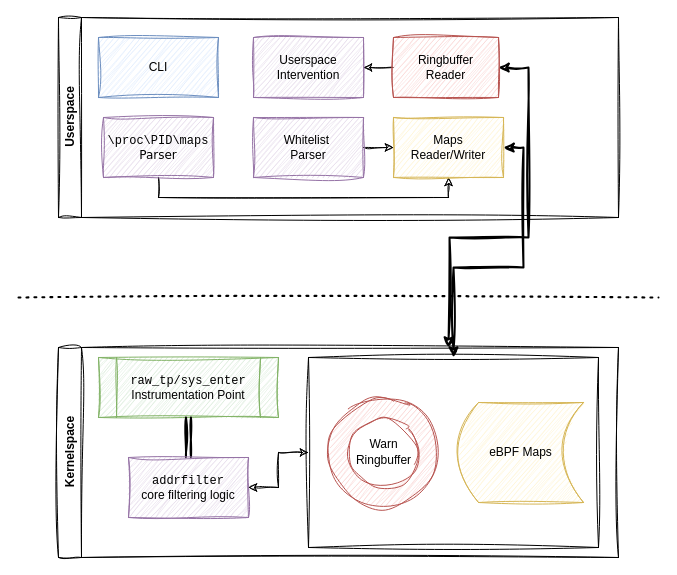
Earlier version of the draw.io diagram diagrams/high-level-overview.drawio (tcassar-diss/report). Source tidied: cells renumbered, new cells numbered last; positions are measured from the earlier drawing's top-left corner, leaving out a move shared by most shapes. Both pictures are drawn from the tidied source at 100%, with x=0, y=0 at pixel (18, 17).
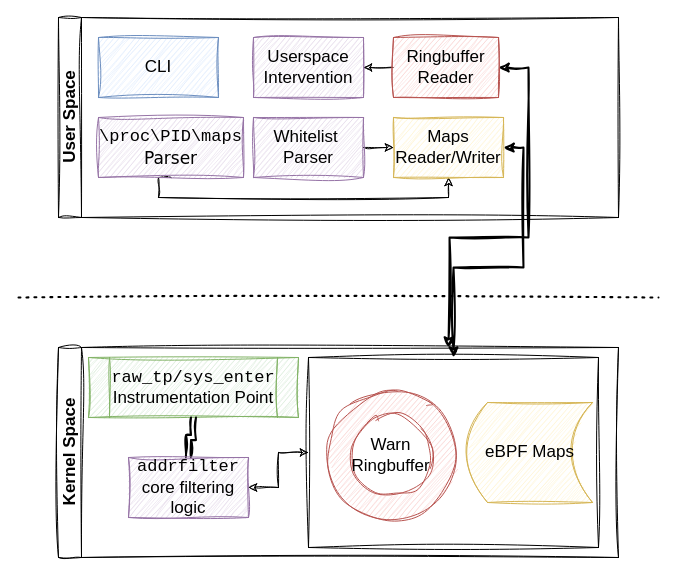
Above is the later version.

The edit, as a diff of the source:
```diff
@@
-    <mxCell id="2" value="Kernelspace" style="swimlane;horizontal=0;whiteSpace=wrap;html=1;labelBackgroundColor=none;sketch=1;curveFitting=1;jiggle=2;" parent="1" vertex="1">
+    <mxCell id="2" value="Kernel Space" style="swimlane;horizontal=0;whiteSpace=wrap;html=1;labelBackgroundColor=none;sketch=1;curveFitting=1;jiggle=2;fontSize=17;" parent="1" vertex="1">
       <mxGeometry x="40" y="330" width="560" height="210" as="geometry" />
     </mxCell>
-    <mxCell id="3" value="&lt;font face=&quot;Courier New&quot;&gt;raw_tp/sys_enter&lt;/font&gt;&lt;div&gt;Instrumentation Point&lt;/div&gt;" style="shape=process;whiteSpace=wrap;html=1;backgroundOutline=1;labelBackgroundColor=none;sketch=1;curveFitting=1;jiggle=2;fillColor=#d5e8d4;strokeColor=#82b366;" parent="2" vertex="1">
-      <mxGeometry x="40" y="10" width="180" height="60" as="geometry" />
+    <mxCell id="3" value="&lt;font face=&quot;Courier New&quot;&gt;raw_tp/sys_enter&lt;/font&gt;&lt;div&gt;Instrumentation Point&lt;/div&gt;" style="shape=process;whiteSpace=wrap;html=1;backgroundOutline=1;labelBackgroundColor=none;sketch=1;curveFitting=1;jiggle=2;fillColor=#d5e8d4;strokeColor=#82b366;fontSize=17;" parent="2" vertex="1">
+      <mxGeometry x="30" y="10" width="210" height="60" as="geometry" />
     </mxCell>
-    <mxCell id="4" style="edgeStyle=orthogonalEdgeStyle;rounded=0;jettySize=auto;html=1;exitX=0.5;exitY=0;exitDx=0;exitDy=0;entryX=0.5;entryY=1;entryDx=0;entryDy=0;shape=link;strokeWidth=2;labelBackgroundColor=none;fontColor=default;sketch=1;curveFitting=1;jiggle=2;" parent="2" edge="1" source="6" target="3">
+    <mxCell id="4" style="edgeStyle=orthogonalEdgeStyle;rounded=0;jettySize=auto;html=1;exitX=0.5;exitY=0;exitDx=0;exitDy=0;entryX=0.5;entryY=1;entryDx=0;entryDy=0;shape=link;strokeWidth=2;labelBackgroundColor=none;fontColor=default;sketch=1;curveFitting=1;jiggle=2;fontSize=17;" parent="2" edge="1" source="6" target="3">
       <mxGeometry relative="1" as="geometry" />
     </mxCell>
-    <mxCell id="5" style="edgeStyle=orthogonalEdgeStyle;rounded=0;hachureGap=4;jettySize=auto;html=1;exitX=1;exitY=0.5;exitDx=0;exitDy=0;entryX=0;entryY=0.5;entryDx=0;entryDy=0;fontFamily=Architects Daughter;startArrow=classic;startFill=1;strokeWidth=1;sketch=1;curveFitting=1;jiggle=2;" parent="2" edge="1" source="6" target="7">
+    <mxCell id="5" style="edgeStyle=orthogonalEdgeStyle;rounded=0;hachureGap=4;jettySize=auto;html=1;exitX=1;exitY=0.5;exitDx=0;exitDy=0;entryX=0;entryY=0.5;entryDx=0;entryDy=0;fontFamily=Architects Daughter;startArrow=classic;startFill=1;strokeWidth=1;sketch=1;curveFitting=1;jiggle=2;fontSize=17;" parent="2" edge="1" source="6" target="7">
       <mxGeometry relative="1" as="geometry" />
     </mxCell>
-    <mxCell id="6" value="&lt;font face=&quot;Courier New&quot;&gt;addrfilter&lt;/font&gt;&lt;div&gt;core filtering logic&lt;/div&gt;" style="rounded=0;whiteSpace=wrap;html=1;labelBackgroundColor=none;sketch=1;curveFitting=1;jiggle=2;fillColor=#e1d5e7;strokeColor=#9673a6;" parent="2" vertex="1">
+    <mxCell id="6" value="&lt;font face=&quot;Courier New&quot;&gt;addrfilter&lt;/font&gt;&lt;div&gt;core filtering logic&lt;/div&gt;" style="rounded=0;whiteSpace=wrap;html=1;labelBackgroundColor=none;sketch=1;curveFitting=1;jiggle=2;fillColor=#e1d5e7;strokeColor=#9673a6;fontSize=17;" parent="2" vertex="1">
       <mxGeometry x="70" y="110" width="120" height="60" as="geometry" />
     </mxCell>
-    <mxCell id="7" style="swimlane;startSize=0;labelBackgroundColor=none;sketch=1;curveFitting=1;jiggle=2;" parent="2" vertex="1">
+    <mxCell id="7" style="swimlane;startSize=0;labelBackgroundColor=none;sketch=1;curveFitting=1;jiggle=2;fontSize=17;" parent="2" vertex="1">
       <mxGeometry x="250" y="10" width="290" height="190" as="geometry" />
     </mxCell>
-    <mxCell id="8" value="eBPF Maps" style="shape=dataStorage;whiteSpace=wrap;html=1;fixedSize=1;labelBackgroundColor=none;sketch=1;curveFitting=1;jiggle=2;fillColor=#fff2cc;strokeColor=#d6b656;" parent="7" vertex="1">
-      <mxGeometry x="150" y="45" width="125" height="100" as="geometry" />
+    <mxCell id="8" value="eBPF Maps" style="shape=dataStorage;whiteSpace=wrap;html=1;fixedSize=1;labelBackgroundColor=none;sketch=1;curveFitting=1;jiggle=2;fillColor=#fff2cc;strokeColor=#d6b656;fontSize=17;" parent="7" vertex="1">
+      <mxGeometry x="159" y="45" width="125" height="100" as="geometry" />
     </mxCell>
-    <mxCell id="9" style="group;sketch=1;curveFitting=1;jiggle=2;" parent="7" vertex="1">
-      <mxGeometry x="20" y="40" width="130" height="110" as="geometry" />
+    <mxCell id="9" style="group;sketch=1;curveFitting=1;jiggle=2;fontSize=17;" parent="7" vertex="1">
+      <mxGeometry x="18" y="33" width="153.6" height="130" as="geometry" />
     </mxCell>
-    <mxCell id="10" style="ellipse;whiteSpace=wrap;html=1;hachureGap=4;fontFamily=Architects Daughter;sketch=1;curveFitting=1;jiggle=2;fillColor=#f8cecc;strokeColor=#b85450;" parent="9" vertex="1">
-      <mxGeometry width="110" height="110" as="geometry" />
+    <mxCell id="10" style="ellipse;whiteSpace=wrap;html=1;hachureGap=4;fontFamily=Architects Daughter;sketch=1;curveFitting=1;jiggle=2;fillColor=#f8cecc;strokeColor=#b85450;fontSize=17;" parent="9" vertex="1">
+      <mxGeometry width="130" height="130" as="geometry" />
     </mxCell>
-    <mxCell id="11" value="&lt;font face=&quot;Helvetica&quot;&gt;Warn Ringbuffer&lt;/font&gt;" style="ellipse;whiteSpace=wrap;html=1;hachureGap=4;fontFamily=Architects Daughter;sketch=1;curveFitting=1;jiggle=2;strokeColor=light-dark(#b95450, #ededed);" parent="9" vertex="1">
-      <mxGeometry x="20.6" y="20.6" width="68.8" height="68.8" as="geometry" />
+    <mxCell id="11" value="&lt;font face=&quot;Helvetica&quot;&gt;Warn Ringbuffer&lt;/font&gt;" style="ellipse;whiteSpace=wrap;html=1;hachureGap=4;fontFamily=Architects Daughter;sketch=1;curveFitting=1;jiggle=2;strokeColor=light-dark(#b95450, #ededed);fontSize=17;" parent="9" vertex="1">
+      <mxGeometry x="24.4" y="24.4" width="81.2" height="81.2" as="geometry" />
     </mxCell>
-    <mxCell id="12" value="Userspace" style="swimlane;horizontal=0;whiteSpace=wrap;html=1;labelBackgroundColor=none;sketch=1;curveFitting=1;jiggle=2;" parent="1" vertex="1">
+    <mxCell id="12" value="User Space" style="swimlane;horizontal=0;whiteSpace=wrap;html=1;labelBackgroundColor=none;sketch=1;curveFitting=1;jiggle=2;fontSize=17;" parent="1" vertex="1">
       <mxGeometry x="40" width="560" height="200" as="geometry" />
     </mxCell>
-    <mxCell id="13" value="CLI" style="rounded=0;whiteSpace=wrap;html=1;labelBackgroundColor=none;sketch=1;curveFitting=1;jiggle=2;fillColor=#dae8fc;strokeColor=#6c8ebf;" parent="12" vertex="1">
+    <mxCell id="13" value="CLI" style="rounded=0;whiteSpace=wrap;html=1;labelBackgroundColor=none;sketch=1;curveFitting=1;jiggle=2;fillColor=#dae8fc;strokeColor=#6c8ebf;fontSize=17;" parent="12" vertex="1">
       <mxGeometry x="40" y="20" width="120" height="60" as="geometry" />
     </mxCell>
-    <mxCell id="14" style="edgeStyle=orthogonalEdgeStyle;rounded=0;hachureGap=4;jettySize=auto;html=1;exitX=0.5;exitY=1;exitDx=0;exitDy=0;fontFamily=Architects Daughter;entryX=0.5;entryY=1;entryDx=0;entryDy=0;sketch=1;curveFitting=1;jiggle=2;" parent="12" edge="1" source="15" target="19">
+    <mxCell id="14" style="edgeStyle=orthogonalEdgeStyle;rounded=0;hachureGap=4;jettySize=auto;html=1;exitX=0.5;exitY=1;exitDx=0;exitDy=0;fontFamily=Architects Daughter;entryX=0.5;entryY=1;entryDx=0;entryDy=0;sketch=1;curveFitting=1;jiggle=2;fontSize=17;" parent="12" edge="1" source="15" target="19">
       <mxGeometry relative="1" as="geometry">
         <Array as="points">
           <mxPoint x="100" y="180" />
           <mxPoint x="390" y="180" />
         </Array>
       </mxGeometry>
     </mxCell>
-    <mxCell id="15" value="&lt;font face=&quot;Courier New&quot;&gt;\proc\PID\maps&lt;/font&gt;&lt;div&gt;&lt;font face=&quot;Verdana&quot;&gt;Parser&lt;/font&gt;&lt;/div&gt;" style="rounded=0;whiteSpace=wrap;html=1;labelBackgroundColor=none;sketch=1;curveFitting=1;jiggle=2;fillColor=#e1d5e7;strokeColor=#9673a6;" parent="12" vertex="1">
-      <mxGeometry x="45" y="100" width="110" height="60" as="geometry" />
+    <mxCell id="15" value="&lt;font face=&quot;Courier New&quot;&gt;\proc\PID\maps&lt;/font&gt;&lt;div&gt;&lt;font face=&quot;Verdana&quot;&gt;Parser&lt;/font&gt;&lt;/div&gt;" style="rounded=0;whiteSpace=wrap;html=1;labelBackgroundColor=none;sketch=1;curveFitting=1;jiggle=2;fillColor=#e1d5e7;strokeColor=#9673a6;fontSize=17;" parent="12" vertex="1">
+      <mxGeometry x="40" y="100" width="145" height="60" as="geometry" />
     </mxCell>
-    <mxCell id="16" style="edgeStyle=orthogonalEdgeStyle;rounded=0;sketch=1;hachureGap=4;jiggle=2;curveFitting=1;jettySize=auto;html=1;exitX=1;exitY=0.5;exitDx=0;exitDy=0;fontFamily=Architects Daughter;strokeWidth=2;startArrow=classic;startFill=1;" parent="12" edge="1" source="18">
+    <mxCell id="16" style="edgeStyle=orthogonalEdgeStyle;rounded=0;sketch=1;hachureGap=4;jiggle=2;curveFitting=1;jettySize=auto;html=1;exitX=1;exitY=0.5;exitDx=0;exitDy=0;fontFamily=Architects Daughter;strokeWidth=2;startArrow=classic;startFill=1;fontSize=17;" parent="12" edge="1" source="18">
       <mxGeometry relative="1" as="geometry">
         <mxPoint x="390" y="330" as="targetPoint" />
         <Array as="points">
           <mxPoint x="470" y="50" />
           <mxPoint x="470" y="220" />
           <mxPoint x="391" y="220" />
         </Array>
       </mxGeometry>
     </mxCell>
-    <mxCell id="17" style="edgeStyle=orthogonalEdgeStyle;rounded=0;sketch=1;hachureGap=4;jiggle=2;curveFitting=1;jettySize=auto;html=1;exitX=0;exitY=0.5;exitDx=0;exitDy=0;entryX=1;entryY=0.5;entryDx=0;entryDy=0;fontFamily=Architects Daughter;" parent="12" edge="1" source="18" target="20">
+    <mxCell id="17" style="edgeStyle=orthogonalEdgeStyle;rounded=0;sketch=1;hachureGap=4;jiggle=2;curveFitting=1;jettySize=auto;html=1;exitX=0;exitY=0.5;exitDx=0;exitDy=0;entryX=1;entryY=0.5;entryDx=0;entryDy=0;fontFamily=Architects Daughter;fontSize=17;" parent="12" edge="1" source="18" target="20">
       <mxGeometry relative="1" as="geometry" />
     </mxCell>
-    <mxCell id="18" value="Ringbuffer&lt;div&gt;Reader&lt;/div&gt;" style="rounded=0;whiteSpace=wrap;html=1;labelBackgroundColor=none;sketch=1;curveFitting=1;jiggle=2;fillColor=#f8cecc;strokeColor=#b85450;" parent="12" vertex="1">
+    <mxCell id="18" value="Ringbuffer&lt;div&gt;Reader&lt;/div&gt;" style="rounded=0;whiteSpace=wrap;html=1;labelBackgroundColor=none;sketch=1;curveFitting=1;jiggle=2;fillColor=#f8cecc;strokeColor=#b85450;fontSize=17;" parent="12" vertex="1">
       <mxGeometry x="335" y="20" width="105" height="60" as="geometry" />
     </mxCell>
-    <mxCell id="19" value="Maps&lt;div&gt;Reader/Writer&lt;/div&gt;" style="rounded=0;whiteSpace=wrap;html=1;labelBackgroundColor=none;sketch=1;curveFitting=1;jiggle=2;fillColor=#fff2cc;strokeColor=#d6b656;" parent="12" vertex="1">
+    <mxCell id="19" value="Maps&lt;div&gt;Reader/Writer&lt;/div&gt;" style="rounded=0;whiteSpace=wrap;html=1;labelBackgroundColor=none;sketch=1;curveFitting=1;jiggle=2;fillColor=#fff2cc;strokeColor=#d6b656;fontSize=17;" parent="12" vertex="1">
       <mxGeometry x="335" y="100" width="110" height="60" as="geometry" />
     </mxCell>
-    <mxCell id="20" value="Userspace Intervention" style="rounded=0;whiteSpace=wrap;html=1;labelBackgroundColor=none;sketch=1;curveFitting=1;jiggle=2;fillColor=#e1d5e7;strokeColor=#9673a6;" parent="12" vertex="1">
+    <mxCell id="20" value="Userspace Intervention" style="rounded=0;whiteSpace=wrap;html=1;labelBackgroundColor=none;sketch=1;curveFitting=1;jiggle=2;fillColor=#e1d5e7;strokeColor=#9673a6;fontSize=17;" parent="12" vertex="1">
       <mxGeometry x="195" y="20" width="110" height="60" as="geometry" />
     </mxCell>
-    <mxCell id="21" style="edgeStyle=orthogonalEdgeStyle;rounded=0;hachureGap=4;jettySize=auto;html=1;exitX=1;exitY=0.5;exitDx=0;exitDy=0;entryX=0;entryY=0.5;entryDx=0;entryDy=0;fontFamily=Architects Daughter;sketch=1;curveFitting=1;jiggle=2;" parent="12" edge="1" source="22" target="19">
+    <mxCell id="21" style="edgeStyle=orthogonalEdgeStyle;rounded=0;hachureGap=4;jettySize=auto;html=1;exitX=1;exitY=0.5;exitDx=0;exitDy=0;entryX=0;entryY=0.5;entryDx=0;entryDy=0;fontFamily=Architects Daughter;sketch=1;curveFitting=1;jiggle=2;fontSize=17;" parent="12" edge="1" source="22" target="19">
       <mxGeometry relative="1" as="geometry" />
     </mxCell>
-    <mxCell id="22" value="Whitelist&amp;nbsp;&lt;div&gt;Parser&lt;/div&gt;" style="rounded=0;whiteSpace=wrap;html=1;labelBackgroundColor=none;sketch=1;curveFitting=1;jiggle=2;fillColor=#e1d5e7;strokeColor=#9673a6;" parent="12" vertex="1">
+    <mxCell id="22" value="Whitelist&amp;nbsp;&lt;div&gt;Parser&lt;/div&gt;" style="rounded=0;whiteSpace=wrap;html=1;labelBackgroundColor=none;sketch=1;curveFitting=1;jiggle=2;fillColor=#e1d5e7;strokeColor=#9673a6;fontSize=17;" parent="12" vertex="1">
       <mxGeometry x="195" y="100" width="110" height="60" as="geometry" />
     </mxCell>
-    <mxCell id="23" style="endArrow=none;dashed=1;html=1;dashPattern=1 3;strokeWidth=2;rounded=0;labelBackgroundColor=none;fontColor=default;sketch=1;curveFitting=1;jiggle=2;" parent="1" edge="1">
+    <mxCell id="23" style="endArrow=none;dashed=1;html=1;dashPattern=1 3;strokeWidth=2;rounded=0;labelBackgroundColor=none;fontColor=default;sketch=1;curveFitting=1;jiggle=2;fontSize=17;" parent="1" edge="1">
       <mxGeometry relative="1" as="geometry">
         <mxPoint y="280" as="sourcePoint" />
         <mxPoint x="640" y="280" as="targetPoint" />
       </mxGeometry>
     </mxCell>
-    <mxCell id="24" style="edgeStyle=orthogonalEdgeStyle;rounded=0;sketch=1;hachureGap=4;jiggle=2;curveFitting=1;jettySize=auto;html=1;exitX=1;exitY=0.5;exitDx=0;exitDy=0;entryX=0.5;entryY=0;entryDx=0;entryDy=0;fontFamily=Architects Daughter;strokeWidth=2;startArrow=classic;startFill=1;" parent="1" edge="1" source="19" target="7">
+    <mxCell id="24" style="edgeStyle=orthogonalEdgeStyle;rounded=0;sketch=1;hachureGap=4;jiggle=2;curveFitting=1;jettySize=auto;html=1;exitX=1;exitY=0.5;exitDx=0;exitDy=0;entryX=0.5;entryY=0;entryDx=0;entryDy=0;fontFamily=Architects Daughter;strokeWidth=2;startArrow=classic;startFill=1;fontSize=17;" parent="1" edge="1" source="19" target="7">
       <mxGeometry relative="1" as="geometry" />
     </mxCell>
```
